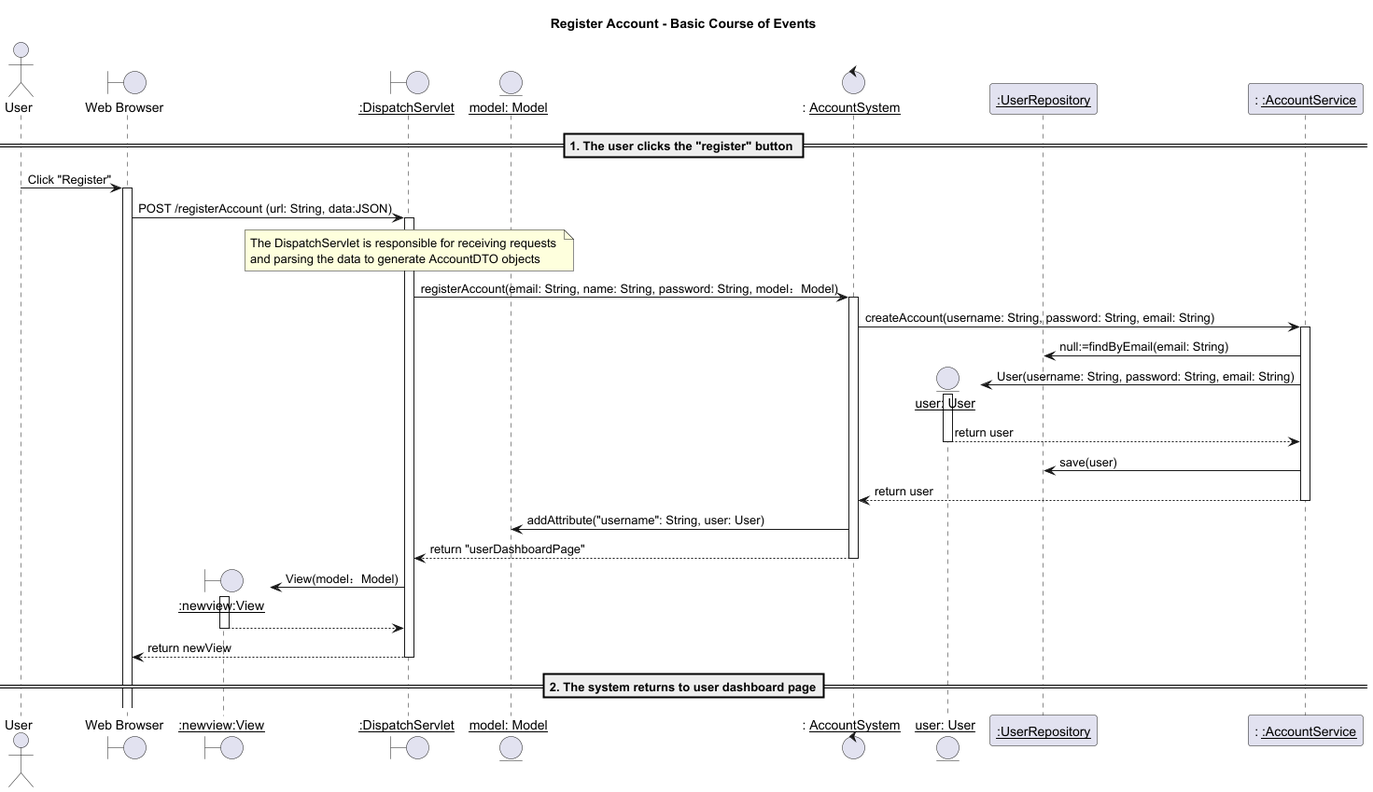
The PlantUML diagram 03-design/usecases/images/01-register-basic.png in mrle0429/Event-Management-System, before a commit.
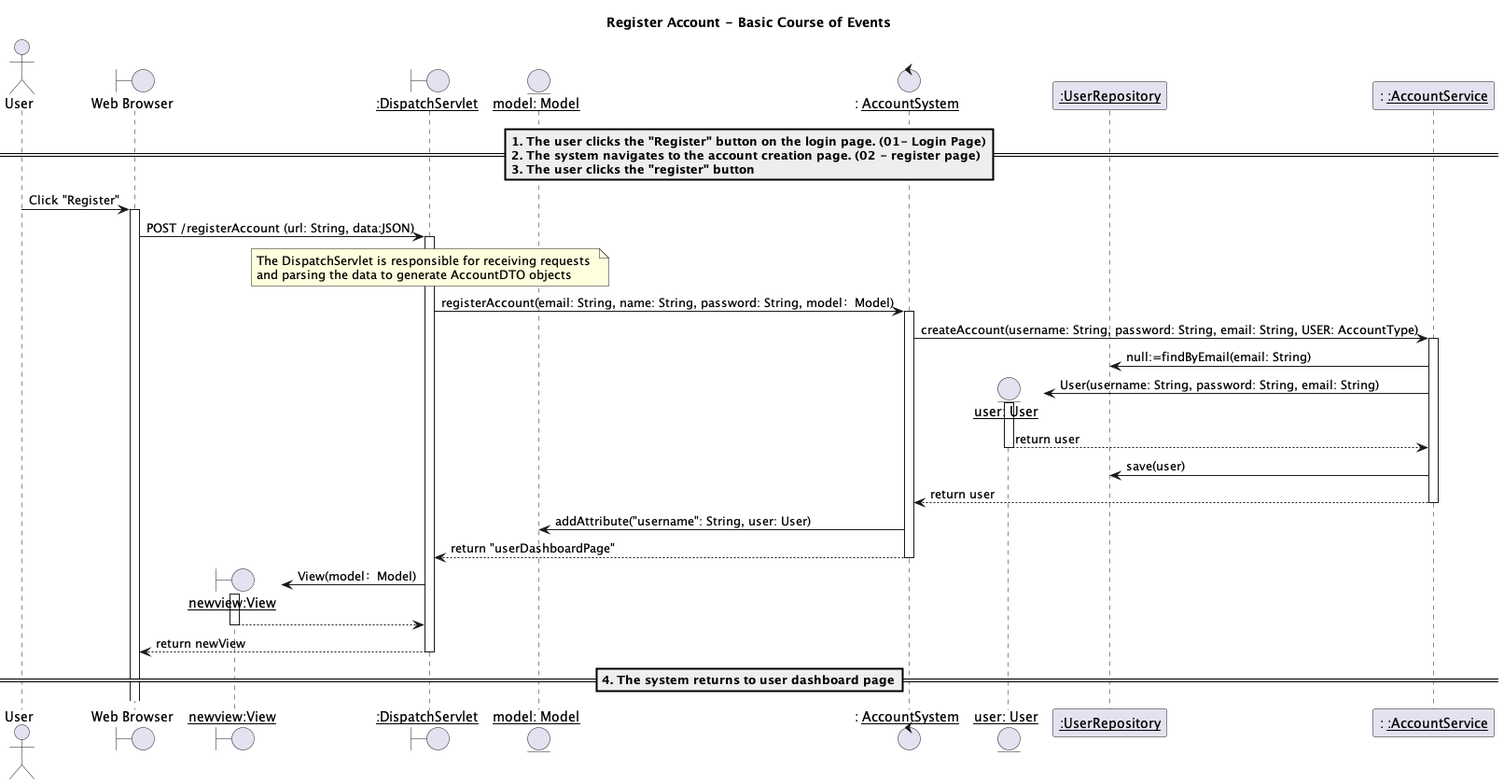
The same diagram one commit later.

The edit, as a diff of the source:
```diff
@@ -3,7 +3,7 @@
 
 actor "User" as us
 boundary "Web Browser" as w
-boundary "__:newview:View__" as view
+boundary "__newview:View__" as view
 boundary "__:DispatchServlet__" as d
 entity "__model: Model__" as m
 control ": __AccountSystem__" as accountSys
@@ -11,7 +11,7 @@
 participant "__:UserRepository__" as accountRepo
 participant ": __:AccountService__" as accountSer
 
-== 1. The user clicks the "register" button ==
+== 1. The user clicks the "Register" button on the login page. (01- Login Page)\n2. The system navigates to the account creation page. (02 - register page)\n3. The user clicks the "register" button ==
 us -> w: Click "Register"
 activate w
 w -> d: POST /registerAccount (url: String, data:JSON)
@@ -23,7 +23,7 @@
 
 
 
-accountSys -> accountSer: createAccount(username: String, password: String, email: String)
+accountSys -> accountSer: createAccount(username: String, password: String, email: String, USER: AccountType)
 activate accountSer
 accountSer -> accountRepo: null:=findByEmail(email: String)
 create userAcc
@@ -52,5 +52,5 @@
 deactivate d
 
 
-== 2. The system returns to user dashboard page==
+== 4. The system returns to user dashboard page==
 @enduml
```
